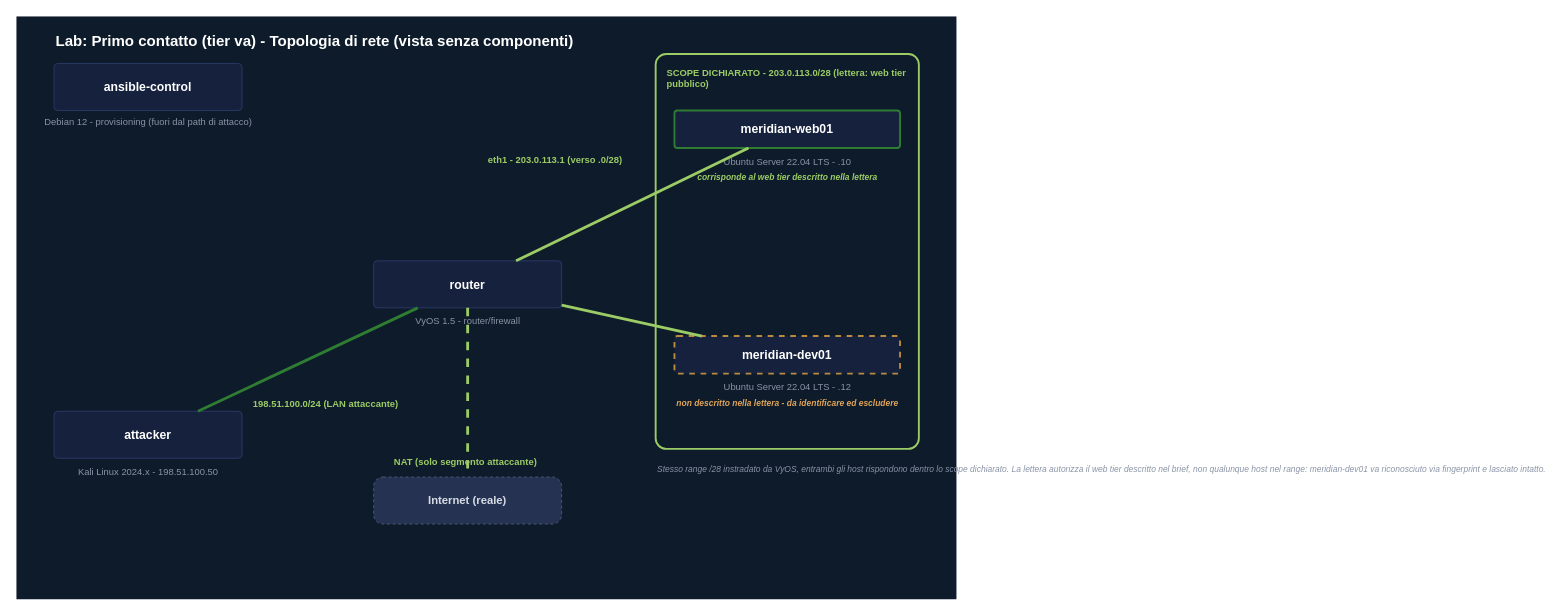
Earlier version of the draw.io diagram docs/labs/first-contact/first-contact-topology-network-only.drawio (leoleo1010/CPPT). Source tidied: cells renumbered, new cells numbered last; positions are measured from the earlier drawing's top-left corner, leaving out a move shared by most shapes. Both pictures are drawn from the tidied source at 94%, with x=0, y=0 at pixel (16, 16).
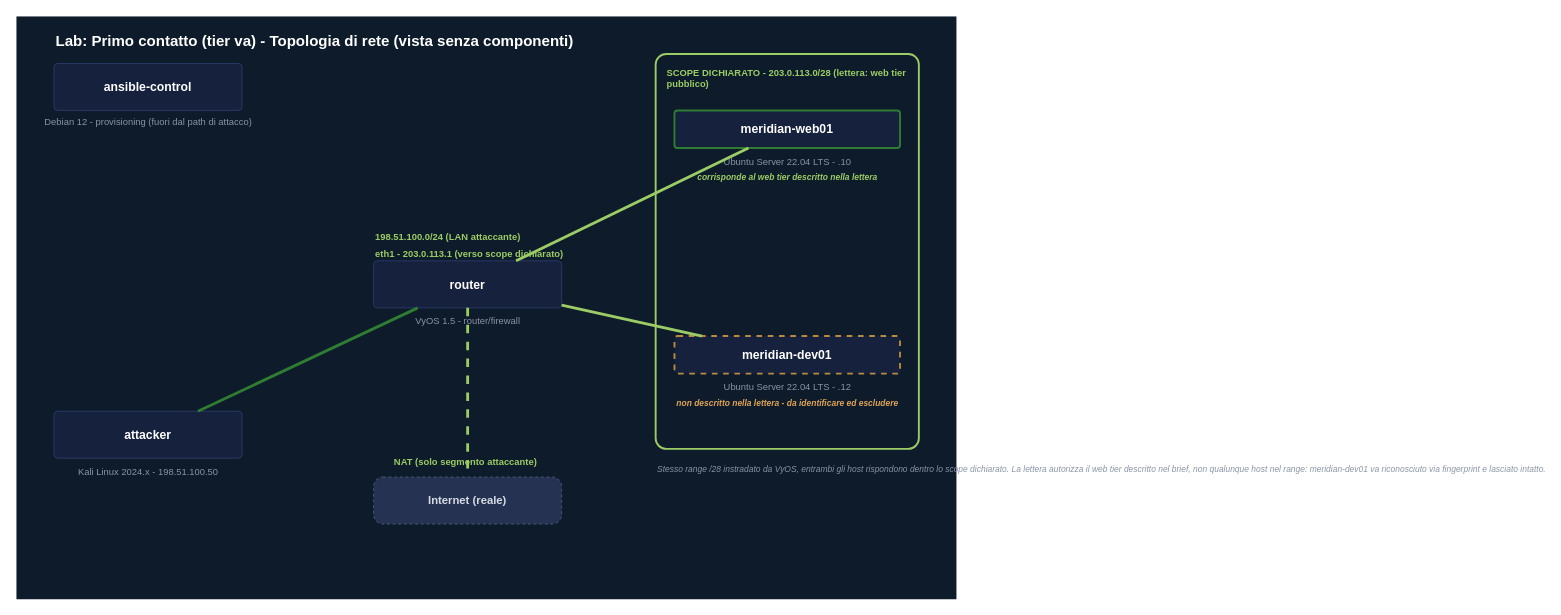
After the change.

What changed in the source:
```diff
@@
     <mxCell id="19" value="198.51.100.0/24 (LAN attaccante)" style="text;html=1;fontSize=10;fontColor=#9CCC65;fontStyle=1;" parent="1" vertex="1">
-      <mxGeometry x="250" y="400" width="230" height="18" as="geometry" />
+      <mxGeometry x="380" y="222" width="230" height="18" as="geometry" />
     </mxCell>
@@
-    <mxCell id="23" value="eth1 - 203.0.113.1 (verso .0/28)" style="text;html=1;fontSize=10;fontColor=#9CCC65;fontStyle=1;" parent="1" vertex="1">
-      <mxGeometry x="500" y="140" width="220" height="18" as="geometry" />
+    <mxCell id="23" value="eth1 - 203.0.113.1 (verso scope dichiarato)" style="text;html=1;fontSize=10;fontColor=#9CCC65;fontStyle=1;" parent="1" vertex="1">
+      <mxGeometry x="380" y="240" width="240" height="18" as="geometry" />
     </mxCell>
```
